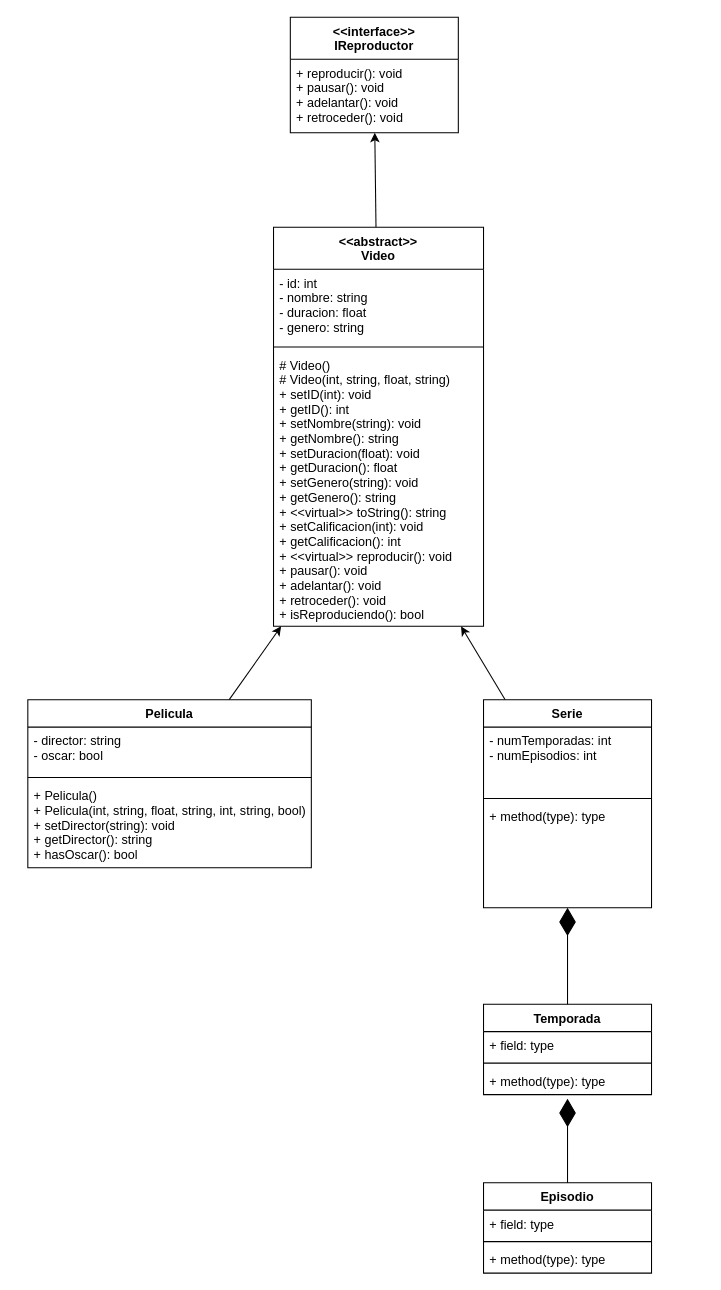
Above: Segundo_semestre/ProyectoFinal/uml.drawio in celiphcephei/Uni (draw.io), before the change. Source tidied: cells renumbered, new cells numbered last; positions are measured from the earlier drawing's top-left corner, leaving out a move shared by most shapes. Both pictures are drawn from the tidied source at 105%, with x=0, y=0 at pixel (27, 17).
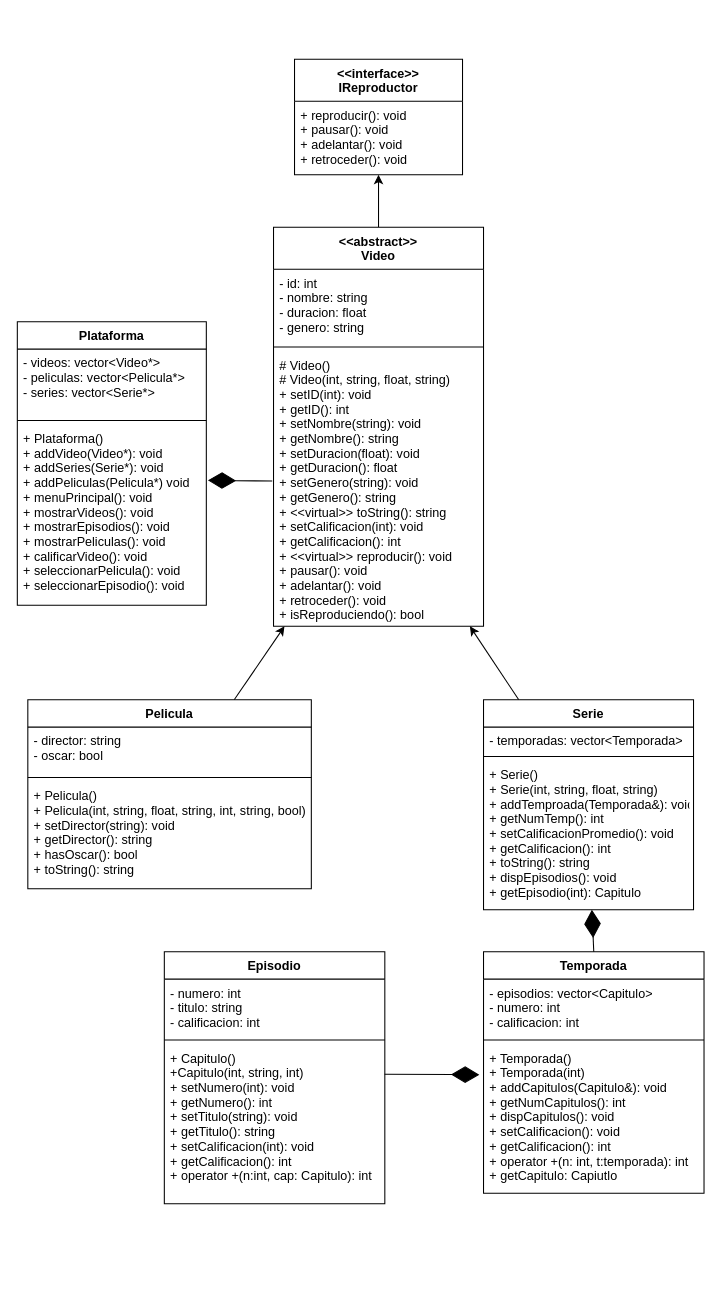
The same page after the edit.

The change refers to these unchanged cells:
```xml
<mxCell id="6" value="# Video()&#10;# Video(int, string, float, string)&#10;+ setID(int): void&#10;+ getID(): int&#10;+ setNombre(string): void&#10;+ getNombre(): string&#10;+ setDuracion(float): void&#10;+ getDuracion(): float&#10;+ setGenero(string): void&#10;+ getGenero(): string&#10;+ &lt;&lt;virtual&gt;&gt; toString(): string&#10;+ setCalificacion(int): void&#10;+ getCalificacion(): int&#10;+ &lt;&lt;virtual&gt;&gt; reproducir(): void&#10;+ pausar(): void&#10;+ adelantar(): void&#10;+ retroceder(): void&#10;+ isReproduciendo(): bool" style="text;strokeColor=none;fillColor=none;align=left;verticalAlign=top;spacingLeft=4;spacingRight=4;overflow=hidden;points=[[0,0.5],[1,0.5]];portConstraint=eastwest;" parent="3" vertex="1">
  <mxGeometry y="118" width="200" height="262" as="geometry" />
</mxCell>
```

What changed in the source:
```diff
@@
     <mxCell id="8" value="Serie" style="swimlane;fontStyle=1;align=center;verticalAlign=top;horizontal=1;startSize=26;" parent="1" vertex="1">
-      <mxGeometry x="434" y="650" width="160" height="198" as="geometry" />
+      <mxGeometry x="434" y="650" width="200" height="200" as="geometry" />
     </mxCell>
-    <mxCell id="9" value="- numTemporadas: int&#10;- numEpisodios: int" style="text;strokeColor=none;fillColor=none;align=left;verticalAlign=top;spacingLeft=4;spacingRight=4;overflow=hidden;" parent="8" vertex="1">
-      <mxGeometry y="26" width="160" height="64" as="geometry" />
+    <mxCell id="9" value="- temporadas: vector&lt;Temporada&gt;" style="text;strokeColor=none;fillColor=none;align=left;verticalAlign=top;spacingLeft=4;spacingRight=4;overflow=hidden;" parent="8" vertex="1">
+      <mxGeometry y="26" width="200" height="24" as="geometry" />
     </mxCell>
     <mxCell id="10" style="line;strokeWidth=1;fillColor=none;align=left;verticalAlign=middle;spacingTop=-1;spacingLeft=3;spacingRight=3;labelPosition=right;strokeColor=inherit;" parent="8" vertex="1">
-      <mxGeometry y="90" width="160" height="8" as="geometry" />
+      <mxGeometry y="50" width="200" height="8" as="geometry" />
     </mxCell>
-    <mxCell id="11" value="+ method(type): type" style="text;strokeColor=none;fillColor=none;align=left;verticalAlign=top;spacingLeft=4;spacingRight=4;overflow=hidden;points=[[0,0.5],[1,0.5]];portConstraint=eastwest;" parent="8" vertex="1">
-      <mxGeometry y="98" width="160" height="100" as="geometry" />
+    <mxCell id="11" value="+ Serie()&#10;+ Serie(int, string, float, string)&#10;+ addTemproada(Temporada&amp;): void&#10;+ getNumTemp(): int&#10;+ setCalificacionPromedio(): void&#10;+ getCalificacion(): int&#10;+ toString(): string&#10;+ dispEpisodios(): void&#10;+ getEpisodio(int): Capitulo" style="text;strokeColor=none;fillColor=none;align=left;verticalAlign=top;spacingLeft=4;spacingRight=4;overflow=hidden;points=[[0,0.5],[1,0.5]];portConstraint=eastwest;" parent="8" vertex="1">
+      <mxGeometry y="58" width="200" height="142" as="geometry" />
     </mxCell>
@@
     <mxCell id="13" value="Pelicula" style="swimlane;fontStyle=1;align=center;verticalAlign=top;horizontal=1;startSize=26;" parent="1" vertex="1">
-      <mxGeometry y="650" width="270" height="160" as="geometry" />
+      <mxGeometry y="650" width="270" height="180" as="geometry" />
     </mxCell>
@@
-    <mxCell id="16" value="+ Pelicula()&#10;+ Pelicula(int, string, float, string, int, string, bool)&#10;+ setDirector(string): void&#10;+ getDirector(): string&#10;+ hasOscar(): bool" style="text;strokeColor=none;fillColor=none;align=left;verticalAlign=top;spacingLeft=4;spacingRight=4;overflow=hidden;" parent="13" vertex="1">
-      <mxGeometry y="78" width="270" height="82" as="geometry" />
+    <mxCell id="16" value="+ Pelicula()&#10;+ Pelicula(int, string, float, string, int, string, bool)&#10;+ setDirector(string): void&#10;+ getDirector(): string&#10;+ hasOscar(): bool&#10;+ toString(): string" style="text;strokeColor=none;fillColor=none;align=left;verticalAlign=top;spacingLeft=4;spacingRight=4;overflow=hidden;" parent="13" vertex="1">
+      <mxGeometry y="78" width="270" height="102" as="geometry" />
     </mxCell>
     <mxCell id="17" value="Temporada" style="swimlane;fontStyle=1;align=center;verticalAlign=top;horizontal=1;startSize=26;" parent="1" vertex="1">
-      <mxGeometry x="434" y="940" width="160" height="86" as="geometry" />
+      <mxGeometry x="434" y="890" width="210" height="230" as="geometry" />
     </mxCell>
-    <mxCell id="18" value="+ field: type" style="text;strokeColor=none;fillColor=none;align=left;verticalAlign=top;spacingLeft=4;spacingRight=4;overflow=hidden;" parent="17" vertex="1">
-      <mxGeometry y="26" width="160" height="26" as="geometry" />
+    <mxCell id="18" value="- episodios: vector&lt;Capitulo&gt;&#10;- numero: int&#10;- calificacion: int" style="text;strokeColor=none;fillColor=none;align=left;verticalAlign=top;spacingLeft=4;spacingRight=4;overflow=hidden;" parent="17" vertex="1">
+      <mxGeometry y="26" width="210" height="54" as="geometry" />
     </mxCell>
     <mxCell id="19" style="line;strokeWidth=1;fillColor=none;align=left;verticalAlign=middle;spacingTop=-1;spacingLeft=3;spacingRight=3;labelPosition=right;strokeColor=inherit;" parent="17" vertex="1">
-      <mxGeometry y="52" width="160" height="8" as="geometry" />
+      <mxGeometry y="80" width="210" height="8" as="geometry" />
     </mxCell>
-    <mxCell id="20" value="+ method(type): type" style="text;strokeColor=none;fillColor=none;align=left;verticalAlign=top;spacingLeft=4;spacingRight=4;overflow=hidden;points=[[0,0.5],[1,0.5]];portConstraint=eastwest;" parent="17" vertex="1">
-      <mxGeometry y="60" width="160" height="26" as="geometry" />
+    <mxCell id="20" value="+ Temporada()&#10;+ Temporada(int)&#10;+ addCapitulos(Capitulo&amp;): void&#10;+ getNumCapitulos(): int&#10;+ dispCapitulos(): void&#10;+ setCalificacion(): void&#10;+ getCalificacion(): int&#10;+ operator +(n: int, t:temporada): int&#10;+ getCapitulo: Capiutlo" style="text;strokeColor=none;fillColor=none;align=left;verticalAlign=top;spacingLeft=4;spacingRight=4;overflow=hidden;points=[[0,0.5],[1,0.5]];portConstraint=eastwest;" parent="17" vertex="1">
+      <mxGeometry y="88" width="210" height="142" as="geometry" />
     </mxCell>
     <mxCell id="21" value="Episodio" style="swimlane;fontStyle=1;align=center;verticalAlign=top;horizontal=1;startSize=26;" parent="1" vertex="1">
-      <mxGeometry x="434" y="1110" width="160" height="86" as="geometry" />
+      <mxGeometry x="130" y="890" width="210" height="240" as="geometry" />
     </mxCell>
-    <mxCell id="22" style="endArrow=diamondThin;endFill=1;endSize=24;html=1;entryX=0.5;entryY=1.154;entryDx=0;entryDy=0;entryPerimeter=0;" parent="21" edge="1" target="20">
-      <mxGeometry relative="1" as="geometry">
-        <mxPoint x="80" as="sourcePoint" />
-      </mxGeometry>
-    </mxCell>
-    <mxCell id="23" value="+ field: type" style="text;strokeColor=none;fillColor=none;align=left;verticalAlign=top;spacingLeft=4;spacingRight=4;overflow=hidden;" parent="21" vertex="1">
-      <mxGeometry y="26" width="160" height="26" as="geometry" />
+    <mxCell id="23" value="- numero: int&#10;- titulo: string&#10;- calificacion: int" style="text;strokeColor=none;fillColor=none;align=left;verticalAlign=top;spacingLeft=4;spacingRight=4;overflow=hidden;" parent="21" vertex="1">
+      <mxGeometry y="26" width="210" height="54" as="geometry" />
     </mxCell>
     <mxCell id="24" style="line;strokeWidth=1;fillColor=none;align=left;verticalAlign=middle;spacingTop=-1;spacingLeft=3;spacingRight=3;labelPosition=right;strokeColor=inherit;" parent="21" vertex="1">
-      <mxGeometry y="52" width="160" height="8" as="geometry" />
+      <mxGeometry y="80" width="210" height="8" as="geometry" />
     </mxCell>
-    <mxCell id="25" value="+ method(type): type" style="text;strokeColor=none;fillColor=none;align=left;verticalAlign=top;spacingLeft=4;spacingRight=4;overflow=hidden;points=[[0,0.5],[1,0.5]];portConstraint=eastwest;" parent="21" vertex="1">
-      <mxGeometry y="60" width="160" height="26" as="geometry" />
+    <mxCell id="25" value="+ Capitulo()&#10;+Capitulo(int, string, int)&#10;+ setNumero(int): void&#10;+ getNumero(): int&#10;+ setTitulo(string): void&#10;+ getTitulo(): string&#10;+ setCalificacion(int): void&#10;+ getCalificacion(): int&#10;+ operator +(n:int, cap: Capitulo): int" style="text;strokeColor=none;fillColor=none;align=left;verticalAlign=top;spacingLeft=4;spacingRight=4;overflow=hidden;points=[[0,0.5],[1,0.5]];portConstraint=eastwest;" parent="21" vertex="1">
+      <mxGeometry y="88" width="210" height="152" as="geometry" />
     </mxCell>
@@
     <mxCell id="27" value="&lt;&lt;interface&gt;&gt;&#10;IReproductor" style="swimlane;fontStyle=1;align=center;verticalAlign=top;horizontal=1;startSize=40;" parent="1" vertex="1">
-      <mxGeometry x="250" width="160" height="110" as="geometry" />
+      <mxGeometry x="254" y="40" width="160" height="110" as="geometry" />
     </mxCell>
@@
+    <mxCell id="22" style="endArrow=diamondThin;endFill=1;endSize=24;html=1;exitX=0.999;exitY=0.188;exitDx=0;exitDy=0;exitPerimeter=0;" parent="1" edge="1" source="25">
+      <mxGeometry relative="1" as="geometry">
+        <mxPoint x="430" y="1007" as="targetPoint" />
+      </mxGeometry>
+    </mxCell>
+    <mxCell id="29" value="Plataforma" style="swimlane;fontStyle=1;align=center;verticalAlign=top;horizontal=1;startSize=26;" parent="1" vertex="1">
+      <mxGeometry x="-10" y="290" width="180" height="270" as="geometry" />
+    </mxCell>
+    <mxCell id="30" value="- videos: vector&lt;Video*&gt;&#10;- peliculas: vector&lt;Pelicula*&gt;&#10;- series: vector&lt;Serie*&gt;" style="text;strokeColor=none;fillColor=none;align=left;verticalAlign=top;spacingLeft=4;spacingRight=4;overflow=hidden;" parent="29" vertex="1">
+      <mxGeometry y="26" width="180" height="64" as="geometry" />
+    </mxCell>
+    <mxCell id="31" style="line;strokeWidth=1;fillColor=none;align=left;verticalAlign=middle;spacingTop=-1;spacingLeft=3;spacingRight=3;labelPosition=right;strokeColor=inherit;" parent="29" vertex="1">
+      <mxGeometry y="90" width="180" height="8" as="geometry" />
+    </mxCell>
+    <mxCell id="32" value="+ Plataforma()&#10;+ addVideo(Video*): void&#10;+ addSeries(Serie*): void&#10;+ addPeliculas(Pelicula*) void&#10;+ menuPrincipal(): void&#10;+ mostrarVideos(): void&#10;+ mostrarEpisodios(): void&#10;+ mostrarPeliculas(): void&#10;+ calificarVideo(): void&#10;+ seleccionarPelicula(): void&#10;+ seleccionarEpisodio(): void" style="text;strokeColor=none;fillColor=none;align=left;verticalAlign=top;spacingLeft=4;spacingRight=4;overflow=hidden;points=[[0,0.5],[1,0.5]];portConstraint=eastwest;" parent="29" vertex="1">
+      <mxGeometry y="98" width="180" height="172" as="geometry" />
+    </mxCell>
+    <mxCell id="33" style="endArrow=diamondThin;endFill=1;endSize=24;html=1;exitX=-0.006;exitY=0.472;exitDx=0;exitDy=0;exitPerimeter=0;entryX=1.008;entryY=0.308;entryDx=0;entryDy=0;entryPerimeter=0;" parent="1" edge="1" source="6" target="32">
+      <mxGeometry relative="1" as="geometry" />
+    </mxCell>
```
